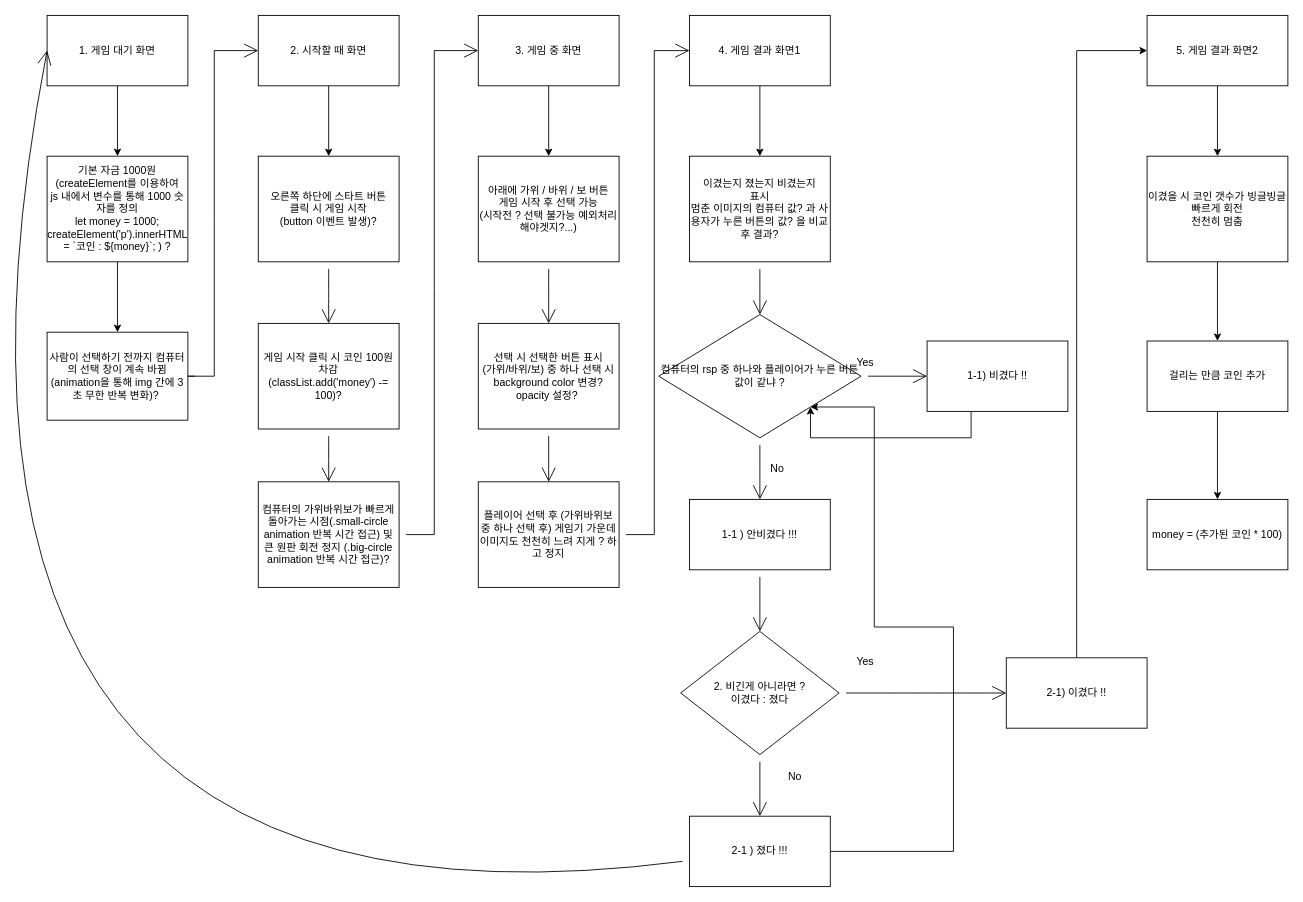
The draw.io diagram 220915/homework/rspGame.drawio in JJeonghyun/blockchain7, before the edit. Source tidied: cells renumbered, new cells numbered last; positions are measured from the earlier drawing's top-left corner, leaving out a move shared by most shapes. Both pictures are drawn from the tidied source at 88%, with x=0, y=0 at pixel (-129, 15).
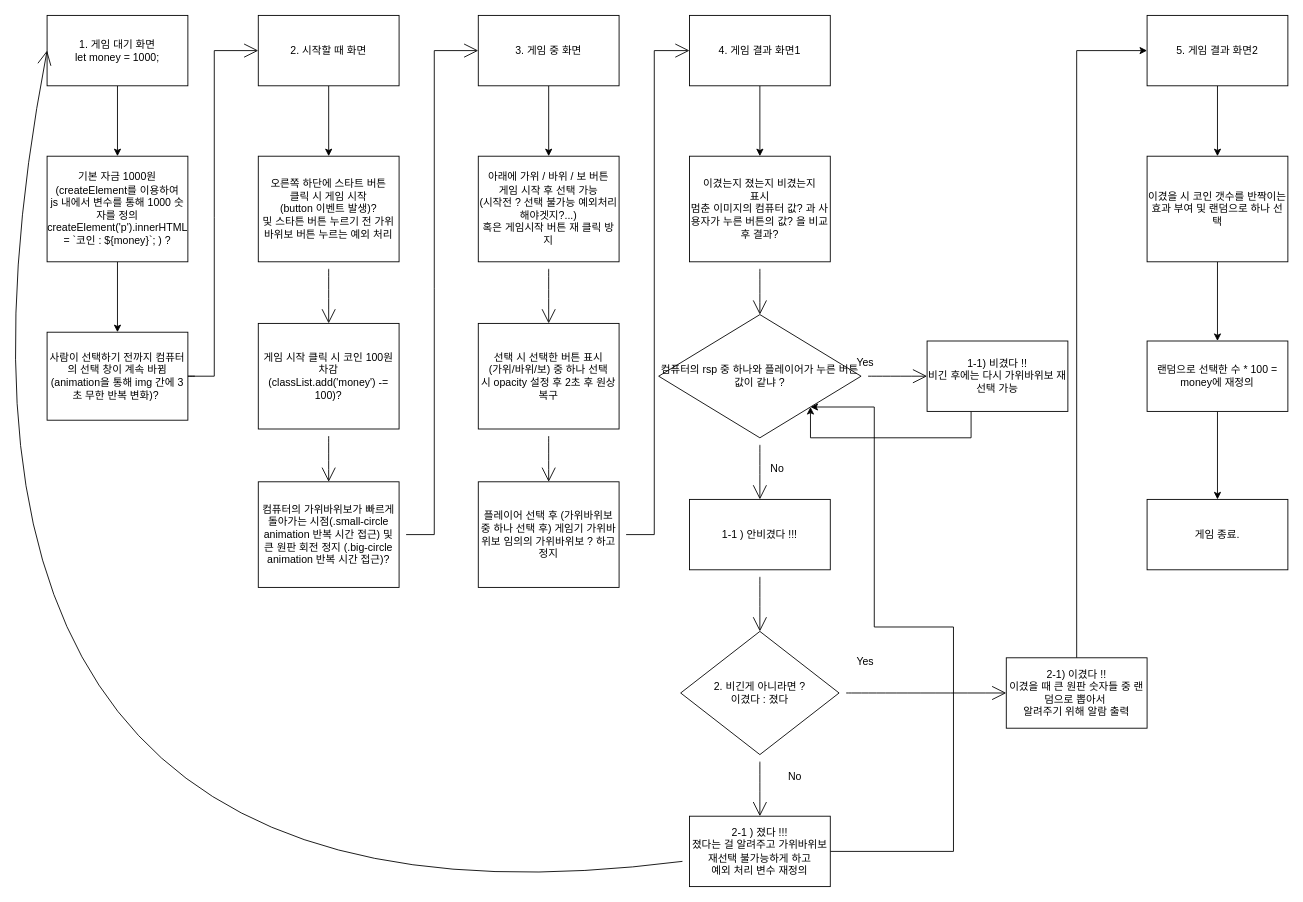
After the change.

The edit, as a diff of the source:
```diff
@@
-    <mxCell id="3" value="기본 자금 1000원&lt;br&gt;(createElement를 이용하여&lt;br&gt;js 내에서 변수를 통해 1000 숫자를 정의&lt;br&gt;let money = 1000;&lt;br&gt;createElement('p').innerHTML = `코인 : ${money}`; ) ?" style="rounded=0;whiteSpace=wrap;html=1;" parent="1" vertex="1">
+    <mxCell id="3" value="기본 자금 1000원&lt;br&gt;(createElement를 이용하여&lt;br&gt;js 내에서 변수를 통해 1000 숫자를 정의&lt;br&gt;createElement('p').innerHTML = `코인 : ${money}`; ) ?" style="rounded=0;whiteSpace=wrap;html=1;" parent="1" vertex="1">
       <mxGeometry x="200" y="160" width="160" height="120" as="geometry" />
     </mxCell>
@@
-    <mxCell id="8" value="1. 게임 대기 화면" style="rounded=0;whiteSpace=wrap;html=1;" parent="1" vertex="1">
+    <mxCell id="8" value="1. 게임 대기 화면&lt;br&gt;let money = 1000;" style="rounded=0;whiteSpace=wrap;html=1;" parent="1" vertex="1">
       <mxGeometry x="200" width="160" height="80" as="geometry" />
     </mxCell>
@@
-    <mxCell id="18" value="오른쪽 하단에 스타트 버튼 &lt;br&gt;클릭 시 게임 시작&lt;br&gt;(button 이벤트 발생)?" style="rounded=0;whiteSpace=wrap;html=1;" parent="1" vertex="1">
+    <mxCell id="18" value="오른쪽 하단에 스타트 버튼 &lt;br&gt;클릭 시 게임 시작&lt;br&gt;(button 이벤트 발생)?&lt;br&gt;및 스타튼 버튼 누르기 전 가위바위보 버튼 누르는 예외 처리" style="rounded=0;whiteSpace=wrap;html=1;" parent="1" vertex="1">
       <mxGeometry x="440" y="160" width="160" height="120" as="geometry" />
     </mxCell>
@@
-    <mxCell id="20" value="아래에 가위 / 바위 / 보 버튼&lt;br&gt;게임 시작 후 선택 가능&lt;br&gt;(시작전 ? 선택 불가능 예외처리 해야겟지?...)" style="rounded=0;whiteSpace=wrap;html=1;" parent="1" vertex="1">
+    <mxCell id="20" value="아래에 가위 / 바위 / 보 버튼&lt;br&gt;게임 시작 후 선택 가능&lt;br&gt;(시작전 ? 선택 불가능 예외처리 해야겟지?...)&lt;br&gt;혹은 게임시작 버튼 재 클릭 방지" style="rounded=0;whiteSpace=wrap;html=1;" parent="1" vertex="1">
       <mxGeometry x="690" y="160" width="160" height="120" as="geometry" />
     </mxCell>
@@
-    <mxCell id="24" value="이겼을 시 코인 갯수가 빙글빙글 빠르게 회전&lt;br&gt;천천히 멈춤" style="rounded=0;whiteSpace=wrap;html=1;" parent="1" vertex="1">
+    <mxCell id="24" value="이겼을 시 코인 갯수를 반짝이는 효과 부여 및 랜덤으로 하나 선택" style="rounded=0;whiteSpace=wrap;html=1;" parent="1" vertex="1">
       <mxGeometry x="1450" y="160" width="160" height="120" as="geometry" />
     </mxCell>
@@
-    <mxCell id="30" value="선택 시 선택한 버튼 표시&lt;br&gt;(가위/바위/보) 중 하나 선택 시 background color 변경?&lt;br&gt;opacity 설정?&amp;nbsp;" style="rounded=0;whiteSpace=wrap;html=1;" parent="1" vertex="1">
+    <mxCell id="30" value="선택 시 선택한 버튼 표시&lt;br&gt;(가위/바위/보) 중 하나 선택 시&amp;nbsp;opacity 설정 후 2초 후 원상복구" style="rounded=0;whiteSpace=wrap;html=1;" parent="1" vertex="1">
       <mxGeometry x="690" y="350" width="160" height="120" as="geometry" />
     </mxCell>
@@
-    <mxCell id="32" value="걸리는 만큼 코인 추가" style="rounded=0;whiteSpace=wrap;html=1;hachureGap=4;" parent="1" vertex="1">
+    <mxCell id="32" value="랜덤으로 선택한 수 * 100 = money에 재정의" style="rounded=0;whiteSpace=wrap;html=1;hachureGap=4;" parent="1" vertex="1">
       <mxGeometry x="1450" y="370" width="160" height="80" as="geometry" />
     </mxCell>
-    <mxCell id="33" value="money = (추가된 코인 * 100)" style="rounded=0;whiteSpace=wrap;html=1;hachureGap=4;" parent="1" vertex="1">
+    <mxCell id="33" value="게임 종료." style="rounded=0;whiteSpace=wrap;html=1;hachureGap=4;" parent="1" vertex="1">
       <mxGeometry x="1450" y="550" width="160" height="80" as="geometry" />
     </mxCell>
@@
-    <mxCell id="35" value="플레이어 선택 후 (가위바위보 중 하나 선택 후) 게임기 가운데 이미지도 천천히 느려 지게 ? 하고 정지" style="rounded=0;whiteSpace=wrap;html=1;" parent="1" vertex="1">
+    <mxCell id="35" value="플레이어 선택 후 (가위바위보 중 하나 선택 후) 게임기 가위바위보 임의의 가위바위보 ? 하고 정지" style="rounded=0;whiteSpace=wrap;html=1;" parent="1" vertex="1">
       <mxGeometry x="690" y="530" width="160" height="120" as="geometry" />
     </mxCell>
@@
-    <mxCell id="38" value="2-1 ) 졌다 !!!" style="rounded=0;whiteSpace=wrap;html=1;hachureGap=4;" parent="1" vertex="1">
+    <mxCell id="38" value="2-1 ) 졌다 !!!&lt;br&gt;졌다는 걸 알려주고 가위바위보 재선택 불가능하게 하고&lt;br&gt;예외 처리 변수 재정의" style="rounded=0;whiteSpace=wrap;html=1;hachureGap=4;" parent="1" vertex="1">
       <mxGeometry x="930" y="910" width="160" height="80" as="geometry" />
     </mxCell>
@@
-    <mxCell id="40" value="1-1) 비겼다 !!" style="rounded=0;whiteSpace=wrap;html=1;hachureGap=4;" parent="1" vertex="1">
+    <mxCell id="40" value="1-1) 비겼다 !!&lt;br&gt;비긴 후에는 다시 가위바위보 재선택 가능" style="rounded=0;whiteSpace=wrap;html=1;hachureGap=4;" parent="1" vertex="1">
       <mxGeometry x="1200" y="370" width="160" height="80" as="geometry" />
     </mxCell>
@@
-    <mxCell id="52" value="2-1) 이겼다 !!" style="rounded=0;whiteSpace=wrap;html=1;hachureGap=4;" parent="1" vertex="1">
+    <mxCell id="52" value="2-1) 이겼다 !!&lt;br&gt;이겼을 때 큰 원판 숫자들 중 랜덤으로 뽑아서&amp;nbsp; &lt;br&gt;알려주기 위해 알람 출력" style="rounded=0;whiteSpace=wrap;html=1;hachureGap=4;" parent="1" vertex="1">
       <mxGeometry x="1290" y="730" width="160" height="80" as="geometry" />
     </mxCell>
```
